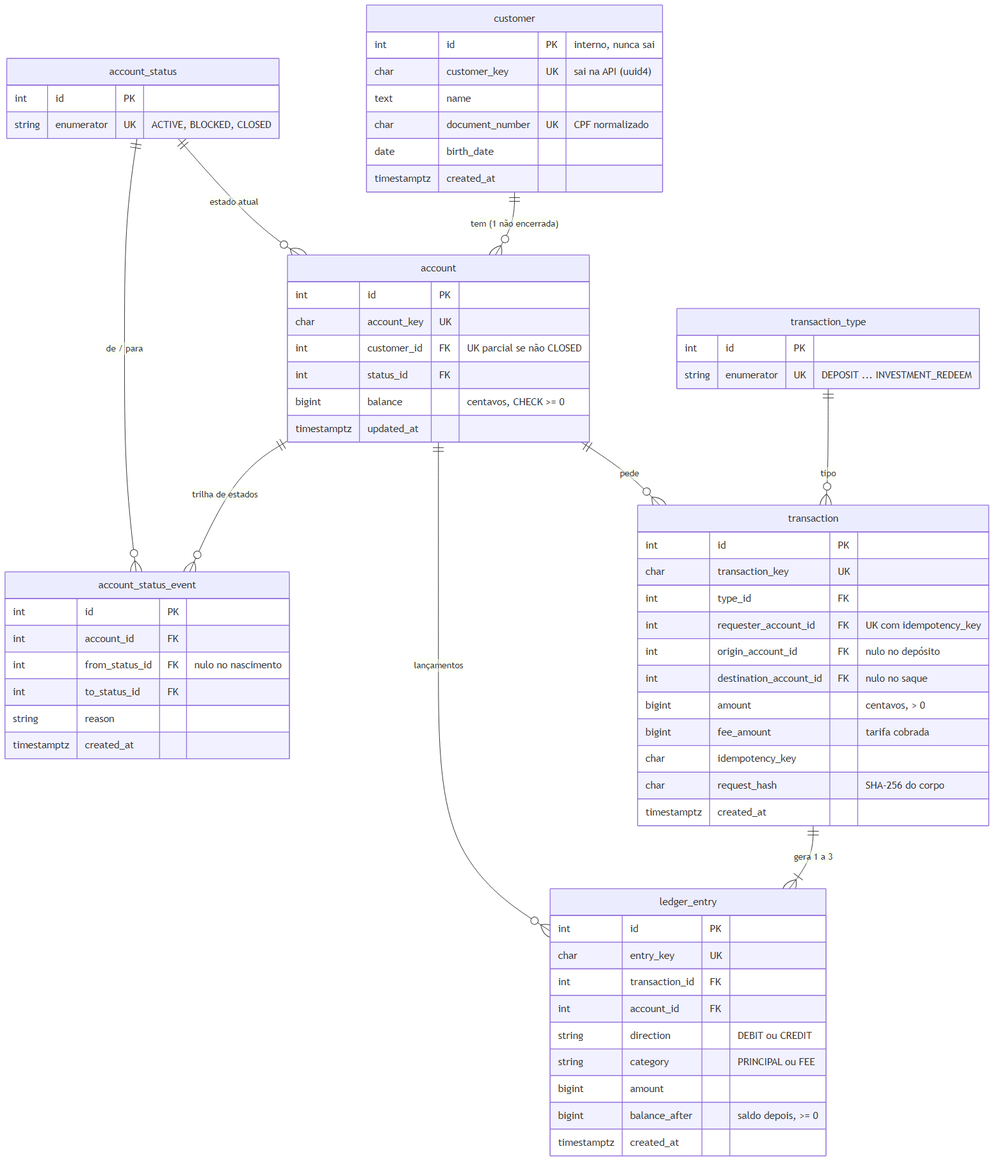
heluylucas/bootcamp-qi-tech-presidas- keeps this Mermaid diagram as docs/diagramas/er-nucleo.png. Above is the earlier version. Its source is kept beside it as docs/diagramas/er-nucleo.mmd.
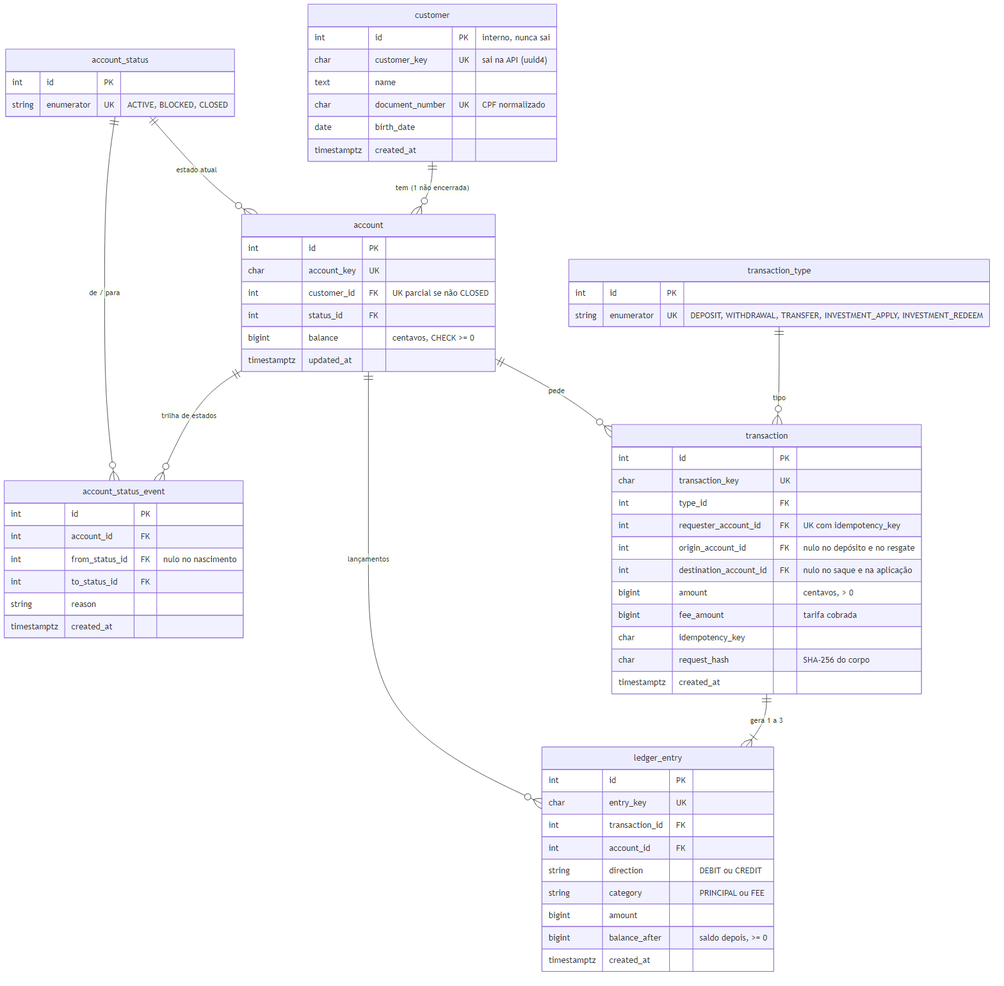
After the change.

Diff of the diagram source:
```diff
@@ -38,15 +38,15 @@
     }
     transaction_type {
         int id PK
-        string enumerator UK "DEPOSIT ... INVESTMENT_REDEEM"
+        string enumerator UK "DEPOSIT, WITHDRAWAL, TRANSFER, INVESTMENT_APPLY, INVESTMENT_REDEEM"
     }
     transaction {
         int id PK
         char transaction_key UK
         int type_id FK
         int requester_account_id FK "UK com idempotency_key"
-        int origin_account_id FK "nulo no depósito"
-        int destination_account_id FK "nulo no saque"
+        int origin_account_id FK "nulo no depósito e no resgate"
+        int destination_account_id FK "nulo no saque e na aplicação"
         bigint amount "centavos, > 0"
         bigint fee_amount "tarifa cobrada"
         char idempotency_key
```
